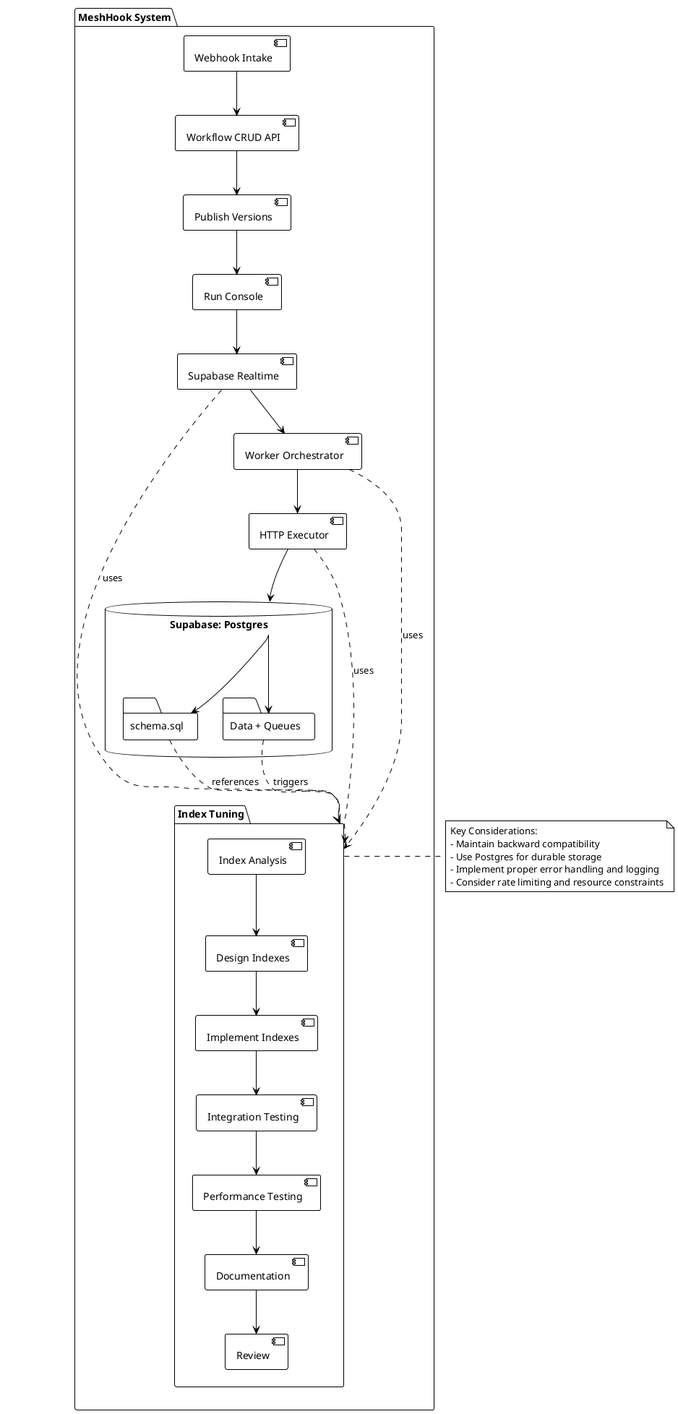
Before: docs/PRDs/210-index-tuning.png, a diagram exported from PlantUML (profullstack/meshhook). Its diagram source:
```plantuml
@startuml
!theme plain

package "MeshHook System" {
    [Webhook Intake] --> [Workflow CRUD API]
    [Workflow CRUD API] --> [Publish Versions]
    [Publish Versions] --> [Run Console]
    [Run Console] --> [Supabase Realtime]
    [Supabase Realtime] --> [Worker Orchestrator]
    [Worker Orchestrator] --> [HTTP Executor]
    [HTTP Executor] --> [Supabase: Postgres]
    database "Supabase: Postgres" {
        folder "Data + Queues" {
        }
        folder "schema.sql" {
        }
    }
    [Supabase: Postgres] --> [Data + Queues]
    [Supabase: Postgres] --> [schema.sql]
    [Data + Queues] ..> [Index Tuning] : triggers
    [schema.sql] ..> [Index Tuning] : references
}

package "Index Tuning" {
    [Index Analysis] --> [Design Indexes]
    [Design Indexes] --> [Implement Indexes]
    [Implement Indexes] --> [Integration Testing]
    [Integration Testing] --> [Performance Testing]
    [Performance Testing] --> [Documentation]
    [Documentation] --> [Review]
}

[Worker Orchestrator] ..> [Index Tuning] : uses
[HTTP Executor] ..> [Index Tuning] : uses
[Supabase Realtime] ..> [Index Tuning] : uses

note right of [Index Tuning]
  Key Considerations:
  - Maintain backward compatibility
  - Use Postgres for durable storage
  - Implement proper error handling and logging
  - Consider rate limiting and resource constraints
end note

@enduml
```
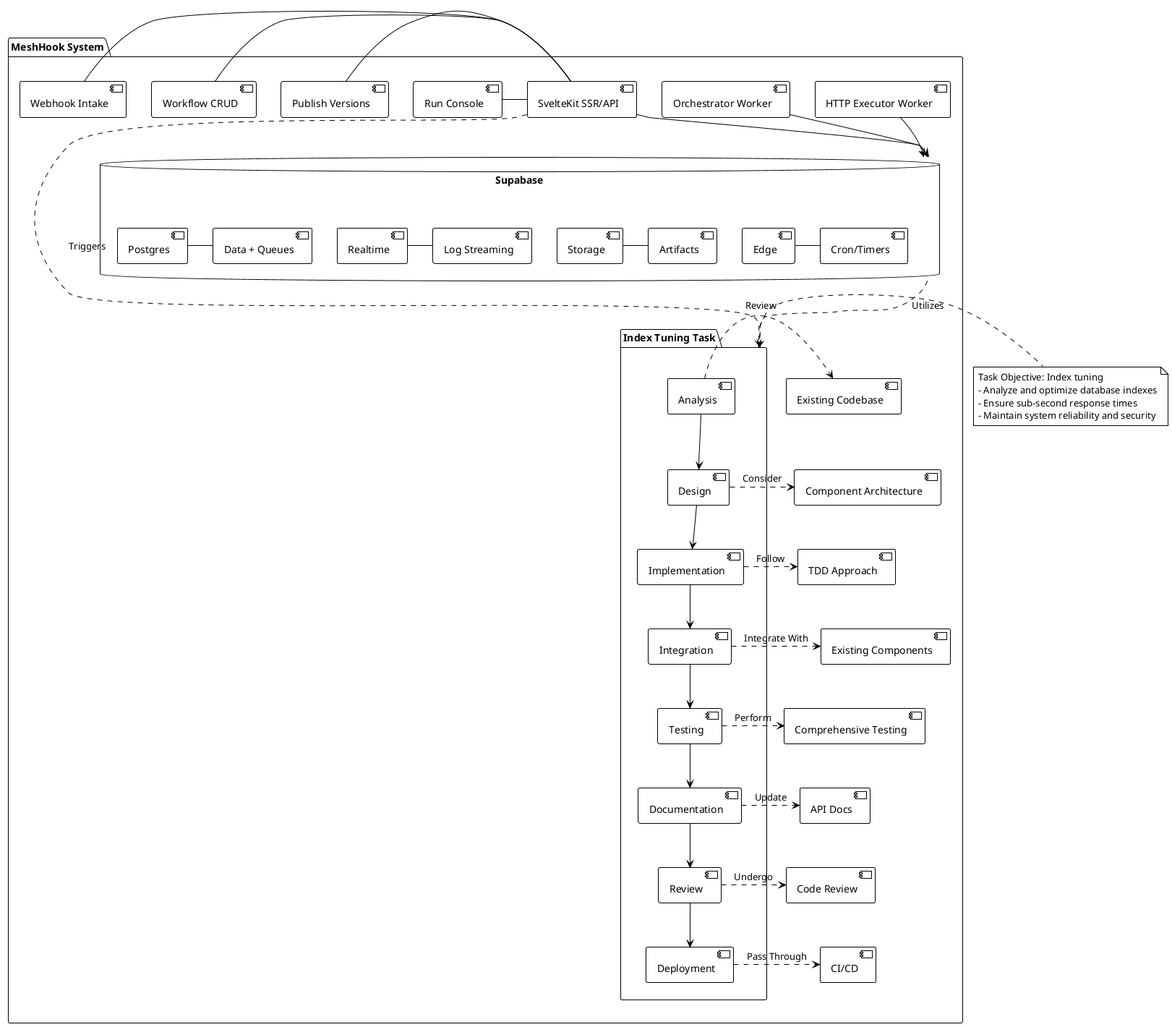
Above is the later version.

Diff of the diagram source:
```diff
@@ -2,44 +2,48 @@
 !theme plain
 
 package "MeshHook System" {
-    [Webhook Intake] --> [Workflow CRUD API]
-    [Workflow CRUD API] --> [Publish Versions]
-    [Publish Versions] --> [Run Console]
-    [Run Console] --> [Supabase Realtime]
-    [Supabase Realtime] --> [Worker Orchestrator]
-    [Worker Orchestrator] --> [HTTP Executor]
-    [HTTP Executor] --> [Supabase: Postgres]
-    database "Supabase: Postgres" {
-        folder "Data + Queues" {
-        }
-        folder "schema.sql" {
-        }
+    [Webhook Intake] - [SvelteKit SSR/API]
+    [Workflow CRUD] - [SvelteKit SSR/API]
+    [Publish Versions] - [SvelteKit SSR/API]
+    [Run Console] - [SvelteKit SSR/API]
+    database "Supabase" {
+        [Postgres] - [Data + Queues]
+        [Realtime] - [Log Streaming]
+        [Storage] - [Artifacts]
+        [Edge] - [Cron/Timers]
     }
-    [Supabase: Postgres] --> [Data + Queues]
-    [Supabase: Postgres] --> [schema.sql]
-    [Data + Queues] ..> [Index Tuning] : triggers
-    [schema.sql] ..> [Index Tuning] : references
+    [SvelteKit SSR/API] --> [Supabase]
+    [Orchestrator Worker] --> [Supabase]
+    [HTTP Executor Worker] --> [Supabase]
+
+    package "Index Tuning Task" {
+        [Analysis] --> [Design]
+        [Design] --> [Implementation]
+        [Implementation] --> [Integration]
+        [Integration] --> [Testing]
+        [Testing] --> [Documentation]
+        [Documentation] --> [Review]
+        [Review] --> [Deployment]
+    }
+
+    [Analysis] .> [Existing Codebase]: Review
+    [Design] .> [Component Architecture]: Consider
+    [Implementation] .> [TDD Approach]: Follow
+    [Integration] .> [Existing Components]: Integrate With
+    [Testing] .> [Comprehensive Testing]: Perform
+    [Documentation] .> [API Docs]: Update
+    [Review] .> [Code Review]: Undergo
+    [Deployment] .> [CI/CD]: Pass Through
+
+    [SvelteKit SSR/API] ..> [Index Tuning Task]: Triggers
+    [Supabase] ..> [Index Tuning Task]: Utilizes
 }
 
-package "Index Tuning" {
-    [Index Analysis] --> [Design Indexes]
-    [Design Indexes] --> [Implement Indexes]
-    [Implement Indexes] --> [Integration Testing]
-    [Integration Testing] --> [Performance Testing]
-    [Performance Testing] --> [Documentation]
-    [Documentation] --> [Review]
-}
-
-[Worker Orchestrator] ..> [Index Tuning] : uses
-[HTTP Executor] ..> [Index Tuning] : uses
-[Supabase Realtime] ..> [Index Tuning] : uses
-
-note right of [Index Tuning]
-  Key Considerations:
-  - Maintain backward compatibility
-  - Use Postgres for durable storage
-  - Implement proper error handling and logging
-  - Consider rate limiting and resource constraints
+note right of [Index Tuning Task]
+  Task Objective: Index tuning
+  - Analyze and optimize database indexes
+  - Ensure sub-second response times
+  - Maintain system reliability and security
 end note
 
 @enduml
```
